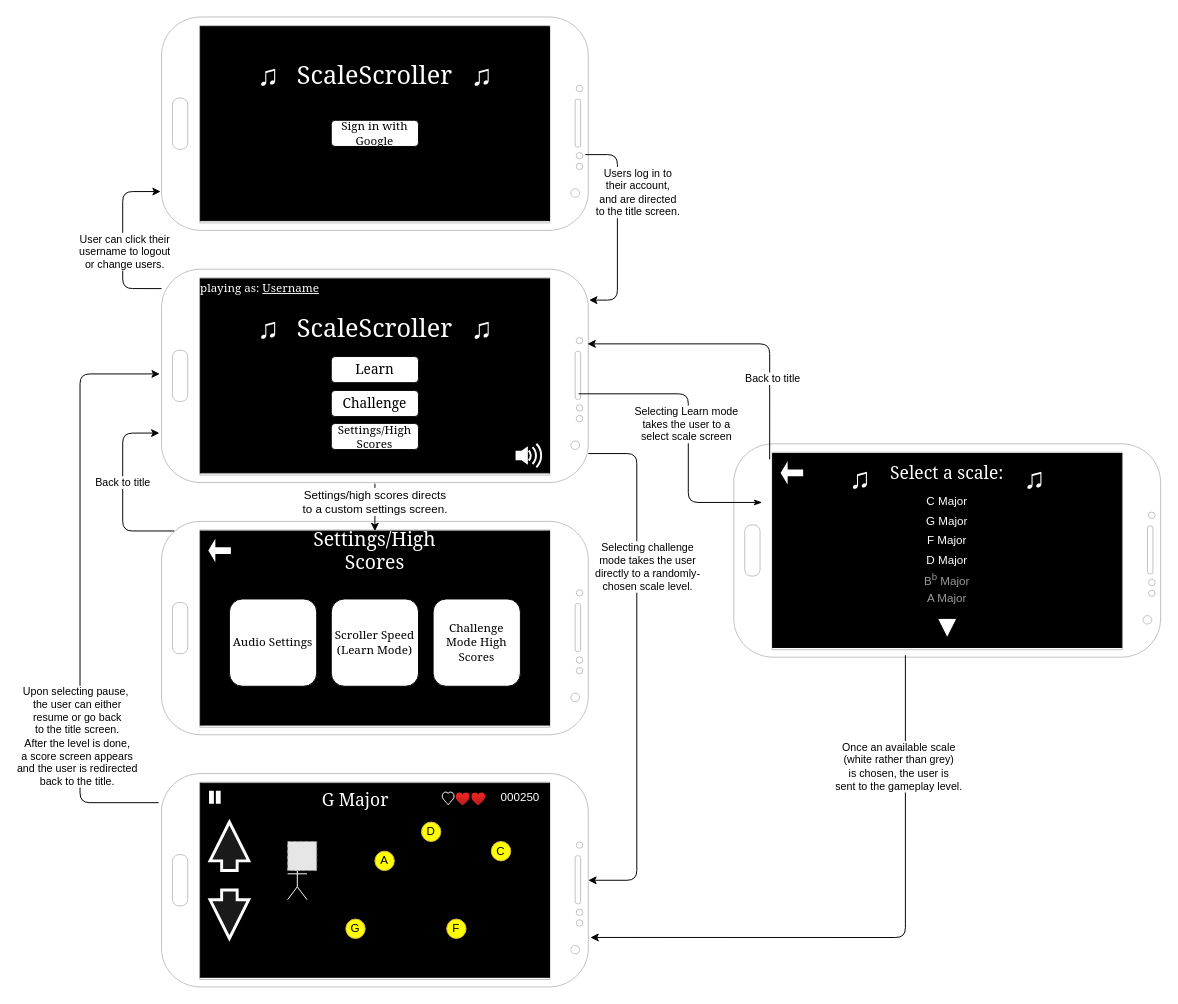
The draw.io diagram docs/work/wireframe.drawio in lsteiner9/ScaleScroller, before the edit. Source tidied: cells renumbered, new cells numbered last; positions are measured from the earlier drawing's top-left corner, leaving out a move shared by most shapes. Both pictures are drawn from the tidied source at 97%, with x=0, y=0 at pixel (80, 16). Pictures stored in the file or linked from it are replaced by grey dashed boxes.
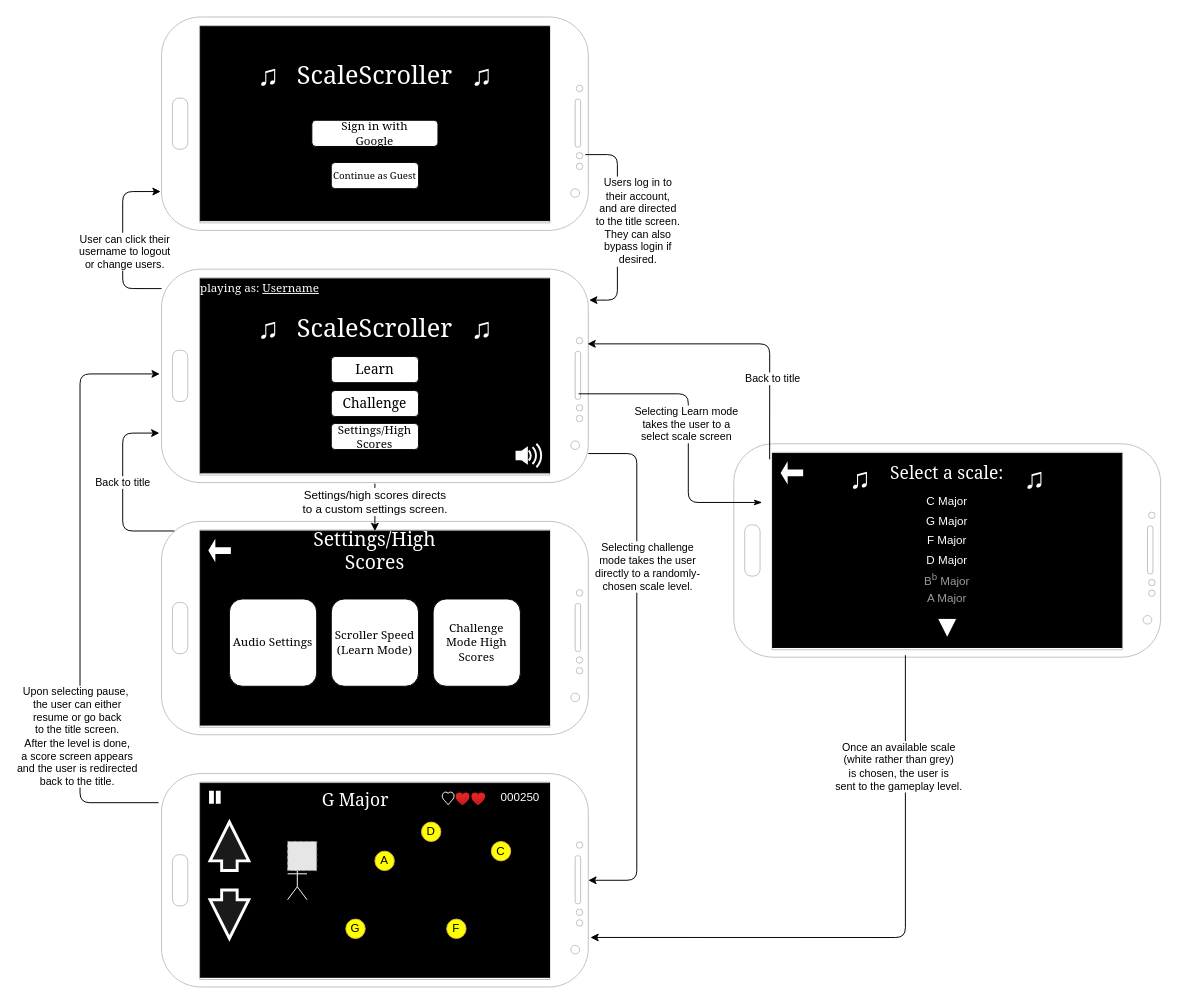
After the change.

Commit message (it also covers changes not shown here):
Updates to wireframe, mostly.

The change refers to these unchanged cells:
```xml
<mxCell id="50" style="group;" parent="48" vertex="1">
  <mxGeometry x="40" y="10" width="360" height="200" as="geometry" />
</mxCell>
<mxCell id="57" style="edgeStyle=orthogonalEdgeStyle;fontSize=12;html=1;endArrow=classic;endFill=1;exitX=0.645;exitY=0.007;exitDx=0;exitDy=0;exitPerimeter=0;entryX=0.145;entryY=-0.002;entryDx=0;entryDy=0;entryPerimeter=0;" parent="1" edge="1" source="49" target="3">
  <mxGeometry relative="1" as="geometry">
    <Array as="points">
      <mxPoint x="554" y="142" />
      <mxPoint x="554" y="292" />
    </Array>
  </mxGeometry>
</mxCell>
```

What changed in the source:
```diff
@@
     <mxCell id="55" style="rounded=1;whiteSpace=wrap;html=1;" parent="50" vertex="1">
-      <mxGeometry x="135" y="96.5" width="90" height="27" as="geometry" />
+      <mxGeometry x="115" y="96.5" width="130" height="27" as="geometry" />
     </mxCell>
     <mxCell id="56" value="&lt;font style=&quot;font-size: 12px&quot; face=&quot;Georgia&quot;&gt;Sign in with Google&lt;/font&gt;" style="text;html=1;strokeColor=none;fillColor=none;align=center;verticalAlign=middle;whiteSpace=wrap;rounded=0;" parent="50" vertex="1">
-      <mxGeometry x="130" y="100" width="100" height="20" as="geometry" />
+      <mxGeometry x="125" y="100" width="110" height="20" as="geometry" />
     </mxCell>
+    <mxCell id="89" style="rounded=1;whiteSpace=wrap;html=1;" parent="50" vertex="1">
+      <mxGeometry x="135" y="140" width="90" height="27" as="geometry" />
+    </mxCell>
+    <mxCell id="90" value="&lt;font style=&quot;font-size: 10px&quot; face=&quot;Georgia&quot;&gt;Continue as Guest&lt;/font&gt;" style="text;html=1;strokeColor=none;fillColor=none;align=center;verticalAlign=middle;whiteSpace=wrap;rounded=0;" parent="50" vertex="1">
+      <mxGeometry x="130" y="143.5" width="100" height="20" as="geometry" />
+    </mxCell>
@@
-    <mxCell id="58" value="&lt;font color=&quot;#000000&quot;&gt;Users log in to&lt;br&gt;their account,&lt;br&gt;and are directed&lt;br&gt;to the title screen.&lt;br&gt;&lt;/font&gt;" style="edgeLabel;html=1;align=center;verticalAlign=middle;fontColor=#FFFFFF;" parent="57" vertex="1">
+    <mxCell id="58" value="&lt;font color=&quot;#000000&quot;&gt;Users log in to&lt;br&gt;their account,&lt;br&gt;and are directed&lt;br&gt;to the title screen.&lt;br&gt;They can also&lt;br&gt;bypass login if&lt;br&gt;desired.&lt;br&gt;&lt;/font&gt;" style="edgeLabel;html=1;align=center;verticalAlign=middle;fontColor=#FFFFFF;" parent="57" vertex="1">
       <mxGeometry x="-0.77" y="-20" relative="1" as="geometry">
-        <mxPoint x="29.1" y="18.1" as="offset" />
+        <mxPoint x="29.1" y="48.1" as="offset" />
       </mxGeometry>
     </mxCell>
```
